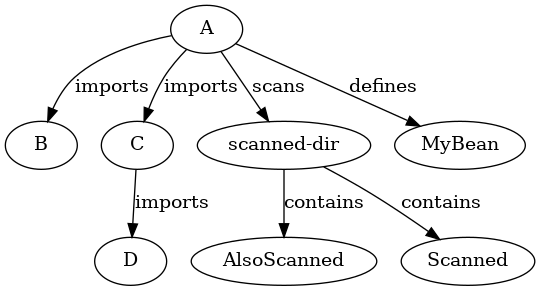
Before: example.png, a diagram exported from Graphviz (rudsvar/spring-visualizer). Its source is kept beside it as example.dot.
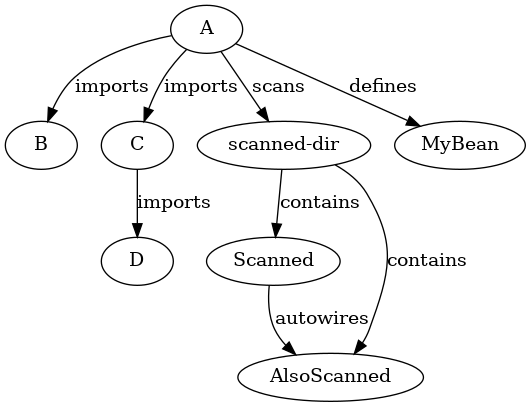
Above is the later version.

What changed in the source:
```diff
@@ -1,4 +1,5 @@
 digraph Components {
+    Scanned -> AlsoScanned [label=autowires]
     "A" -> "B" [label="imports"];
     "A" -> "C" [label="imports"];
     "A" -> "scanned-dir" [label="scans"];
```
